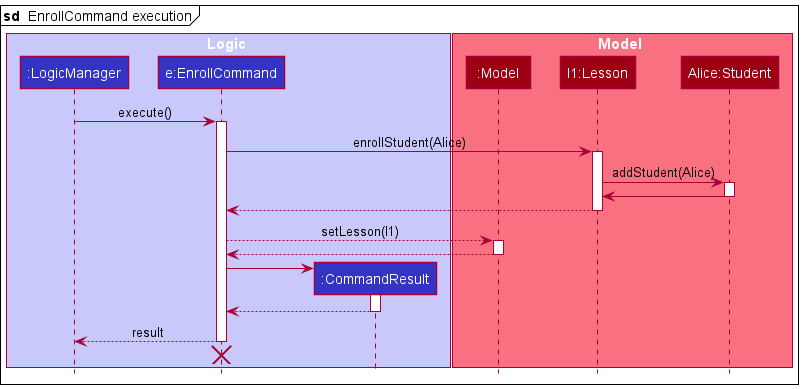
Earlier version of the PlantUML export docs/images/DeveloperGuideImage/EnrollLessonSequenceDiagram1.png (nus-cs2103-AY2122S1/tp). The source it was exported from:
```plantuml
@startuml
!include style.puml

box Logic LOGIC_COLOR_T1
participant ":LogicManager" as LogicManager LOGIC_COLOR
participant "e:EnrollCommand" as EnrollCommand LOGIC_COLOR
participant ":CommandResult" as CommandResult LOGIC_COLOR
end box

box Model MODEL_COLOR_T1
participant ":Model" as Model MODEL_COLOR
participant "l1:Lesson" as Lesson MODEL_COLOR
participant "Alice:Student" as Student MODEL_COLOR
end box

mainframe **sd**  EnrollCommand execution

LogicManager -> EnrollCommand : execute()
activate EnrollCommand

EnrollCommand -> Lesson : enrollStudent(Alice)
activate Lesson

Lesson -> Student : addStudent(Alice)
activate Student

Student -> Lesson
deactivate Student

Lesson --> EnrollCommand
deactivate Lesson

EnrollCommand --> Model : setLesson(l1)
activate Model

Model --> EnrollCommand
deactivate Model

create CommandResult
EnrollCommand -> CommandResult
activate CommandResult

CommandResult --> EnrollCommand
deactivate CommandResult

EnrollCommand --> LogicManager : result
deactivate EnrollCommand

EnrollCommand -[hidden]-> LogicManager
destroy EnrollCommand
@enduml
```
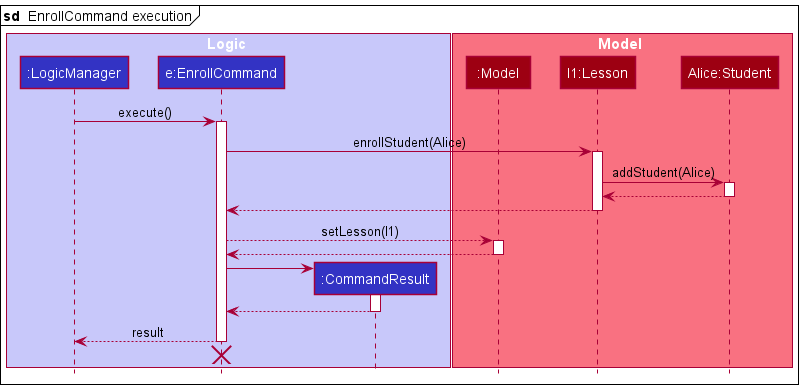
Above is the later version.

Commit message:
Update delete lesson diagrams

The edit, as a diff of the source:
```diff
@@ -24,7 +24,7 @@
 Lesson -> Student : addStudent(Alice)
 activate Student
 
-Student -> Lesson
+Student --> Lesson
 deactivate Student
 
 Lesson --> EnrollCommand
```
